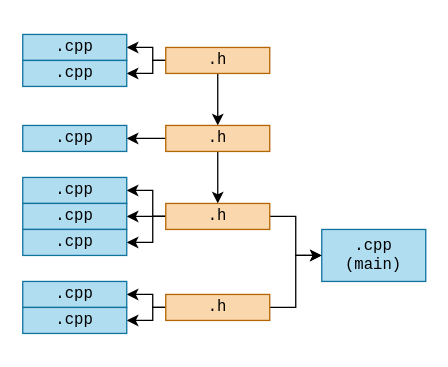
The draw.io diagram images/generalized_parts/drawio/07_separate_compilation.drawio in cppHusky/cppHusky-cpp-Tutorial, before the edit. Source tidied: cells renumbered, new cells numbered last; positions are measured from the earlier drawing's top-left corner, leaving out a move shared by most shapes. Both pictures are drawn from the tidied source at 130%, with x=0, y=0 at pixel (22, 34).
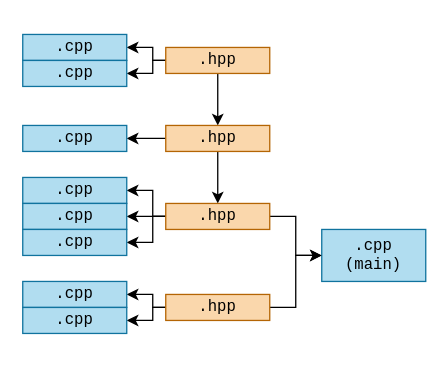
The same page after the edit.

What changed in the source:
```diff
@@
-    <mxCell id="5" value="&lt;pre&gt;.h&lt;/pre&gt;" style="rounded=0;whiteSpace=wrap;html=1;fillColor=#fad7ac;strokeColor=#b46504;" parent="1" vertex="1">
+    <mxCell id="5" value="&lt;pre&gt;.hpp&lt;/pre&gt;" style="rounded=0;whiteSpace=wrap;html=1;fillColor=#fad7ac;strokeColor=#b46504;" parent="1" vertex="1">
       <mxGeometry x="110" y="10" width="80" height="20" as="geometry" />
     </mxCell>
@@
-    <mxCell id="8" value="&lt;pre&gt;.h&lt;/pre&gt;" style="rounded=0;whiteSpace=wrap;html=1;fillColor=#fad7ac;strokeColor=#b46504;" parent="1" vertex="1">
+    <mxCell id="8" value="&lt;pre&gt;.hpp&lt;/pre&gt;" style="rounded=0;whiteSpace=wrap;html=1;fillColor=#fad7ac;strokeColor=#b46504;" parent="1" vertex="1">
       <mxGeometry x="110" y="70" width="80" height="20" as="geometry" />
     </mxCell>
@@
-    <mxCell id="13" value="&lt;pre&gt;.h&lt;/pre&gt;" style="rounded=0;whiteSpace=wrap;html=1;fillColor=#fad7ac;strokeColor=#b46504;" parent="1" vertex="1">
+    <mxCell id="13" value="&lt;pre&gt;.hpp&lt;/pre&gt;" style="rounded=0;whiteSpace=wrap;html=1;fillColor=#fad7ac;strokeColor=#b46504;" parent="1" vertex="1">
       <mxGeometry x="110" y="130" width="80" height="20" as="geometry" />
     </mxCell>
@@
-    <mxCell id="24" value="&lt;pre&gt;.h&lt;/pre&gt;" style="rounded=0;whiteSpace=wrap;html=1;fillColor=#fad7ac;strokeColor=#b46504;" parent="1" vertex="1">
+    <mxCell id="24" value="&lt;pre&gt;.hpp&lt;/pre&gt;" style="rounded=0;whiteSpace=wrap;html=1;fillColor=#fad7ac;strokeColor=#b46504;" parent="1" vertex="1">
       <mxGeometry x="110" y="200" width="80" height="20" as="geometry" />
     </mxCell>
```
